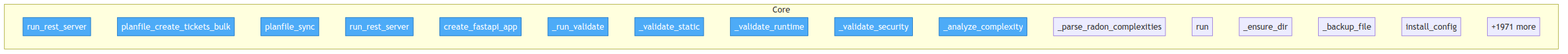
semcod/algitex keeps this Mermaid diagram as project/flow.png. Above is the earlier version. Its source is kept beside it as project/flow.mmd.
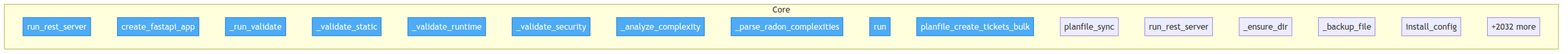
Later version of the same file.

What changed in the source:
```diff
@@ -4,9 +4,6 @@
 
     subgraph Core
         N___algitex__backups__batch_20260328_142940__docker__aider_mcp__aider_mcp_server__run_rest_server["run_rest_server"]
-        N___algitex__backups__batch_20260328_142940__docker__planfile_mcp__planfile_mcp_server__planfile_create_tickets_bulk["planfile_create_tickets_bulk"]
-        N___algitex__backups__batch_20260328_142940__docker__planfile_mcp__planfile_mcp_server__planfile_sync["planfile_sync"]
-        N___algitex__backups__batch_20260328_142940__docker__planfile_mcp__planfile_mcp_server__run_rest_server["run_rest_server"]
         N___algitex__backups__batch_20260328_142940__docker__vallm__vallm_server__VallmServer__create_fastapi_app["create_fastapi_app"]
         N___algitex__backups__batch_20260328_142940__docker__vallm__vallm_server__VallmServer___run_validate["_run_validate"]
         N___algitex__backups__batch_20260328_142940__docker__vallm__vallm_server__VallmServer___validate_static["_validate_static"]
@@ -15,10 +12,13 @@
         N___algitex__backups__batch_20260328_142940__docker__vallm__vallm_server__VallmServer___analyze_complexity["_analyze_complexity"]
         N___algitex__backups__batch_20260328_142940__docker__vallm__vallm_server__VallmServer___parse_radon_complexities["_parse_radon_complexities"]
         N___algitex__backups__batch_20260328_142940__docker__vallm__vallm_server__VallmServer__run["run"]
+        N___algitex__backups__batch_20260328_142940__docker__planfile_mcp__planfile_mcp_server__planfile_create_tickets_bulk["planfile_create_tickets_bulk"]
+        N___algitex__backups__batch_20260328_142940__docker__planfile_mcp__planfile_mcp_server__planfile_sync["planfile_sync"]
+        N___algitex__backups__batch_20260328_142940__docker__planfile_mcp__planfile_mcp_server__run_rest_server["run_rest_server"]
         N___algitex__backups__batch_20260328_142940__src__algitex__tools__config__ConfigManager___ensure_dir["_ensure_dir"]
         N___algitex__backups__batch_20260328_142940__src__algitex__tools__config__ConfigManager___backup_file["_backup_file"]
         N___algitex__backups__batch_20260328_142940__src__algitex__tools__config__ConfigManager__install_config["install_config"]
-        ...["+1971 more"]
+        ...["+2032 more"]
     end
 
-    class N___algitex__backups__batch_20260328_142940__docker__aider_mcp__aider_mcp_server__run_rest_server,N___algitex__backups__batch_20260328_142940__docker__planfile_mcp__planfile_mcp_server__planfile_create_tickets_bulk,N___algitex__backups__batch_20260328_142940__docker__planfile_mcp__planfile_mcp_server__planfile_sync,N___algitex__backups__batch_20260328_142940__docker__planfile_mcp__planfile_mcp_server__run_rest_server,N___algitex__backups__batch_20260328_142940__docker__vallm__vallm_server__VallmServer__create_fastapi_app,N___algitex__backups__batch_20260328_142940__docker__vallm__vallm_server__VallmServer___run_validate,N___algitex__backups__batch_20260328_142940__docker__vallm__vallm_server__VallmServer___validate_static,N___algitex__backups__batch_20260328_142940__docker__vallm__vallm_server__VallmServer___validate_runtime,N___algitex__backups__batch_20260328_142940__docker__vallm__vallm_server__VallmServer___validate_security,N___algitex__backups__batch_20260328_142940__docker__vallm__vallm_server__VallmServer___analyze_complexity entry
+    class N___algitex__backups__batch_20260328_142940__docker__aider_mcp__aider_mcp_server__run_rest_server,N___algitex__backups__batch_20260328_142940__docker__vallm__vallm_server__VallmServer__create_fastapi_app,N___algitex__backups__batch_20260328_142940__docker__vallm__vallm_server__VallmServer___run_validate,N___algitex__backups__batch_20260328_142940__docker__vallm__vallm_server__VallmServer___validate_static,N___algitex__backups__batch_20260328_142940__docker__vallm__vallm_server__VallmServer___validate_runtime,N___algitex__backups__batch_20260328_142940__docker__vallm__vallm_server__VallmServer___validate_security,N___algitex__backups__batch_20260328_142940__docker__vallm__vallm_server__VallmServer___analyze_complexity,N___algitex__backups__batch_20260328_142940__docker__vallm__vallm_server__VallmServer___parse_radon_complexities,N___algitex__backups__batch_20260328_142940__docker__vallm__vallm_server__VallmServer__run,N___algitex__backups__batch_20260328_142940__docker__planfile_mcp__planfile_mcp_server__planfile_create_tickets_bulk entry
```
